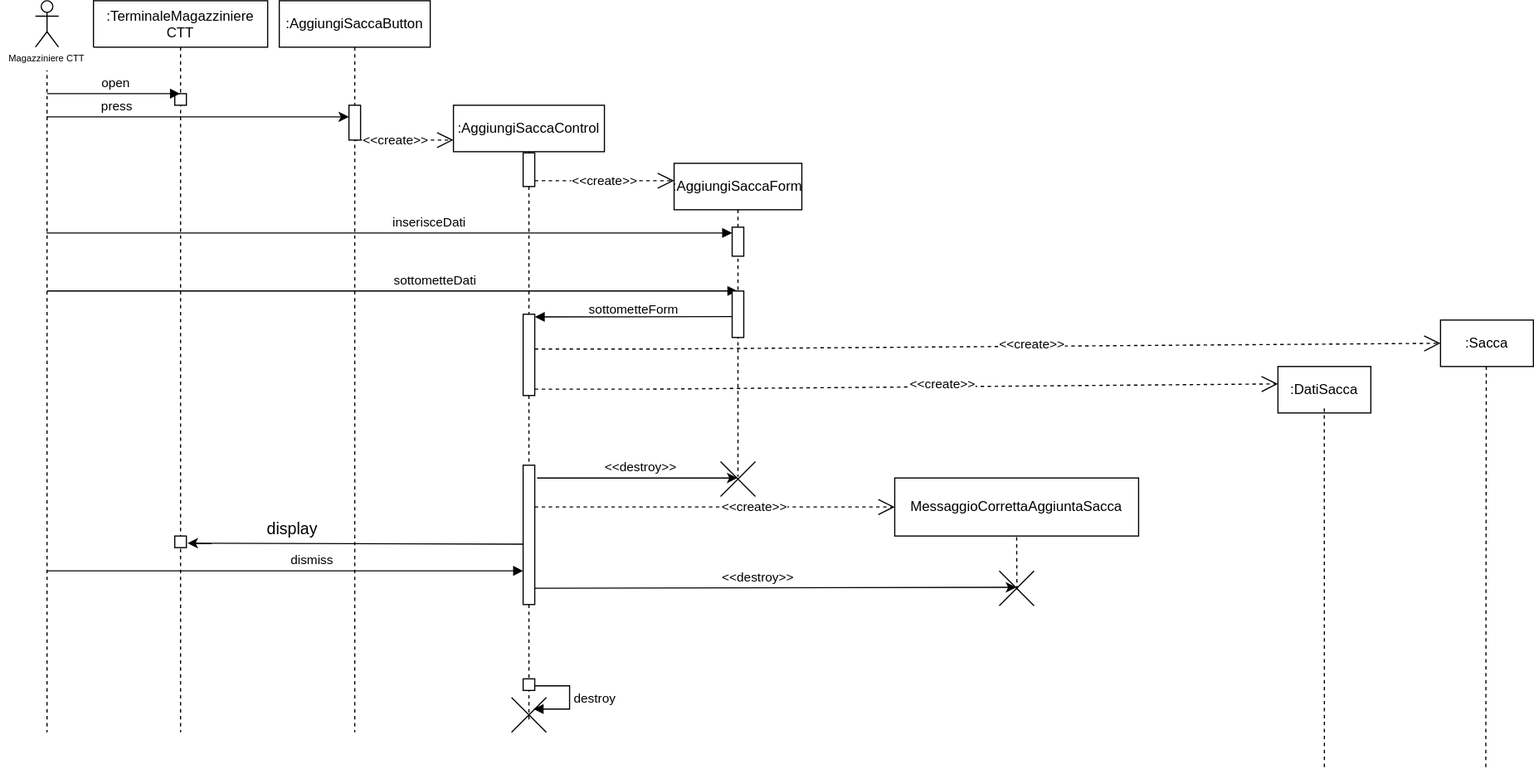
Earlier version of the draw.io export System Definition/Editabili/Sequence diagrams/.svg/AggiuntaSaccaMagazziniere.svg (MarcoRuta/Sistema-gestione-CCS-CTT-UnaRegione). Source tidied: cells renumbered, new cells last; positions are measured from the earlier drawing's top-left corner, leaving out a move shared by most shapes.
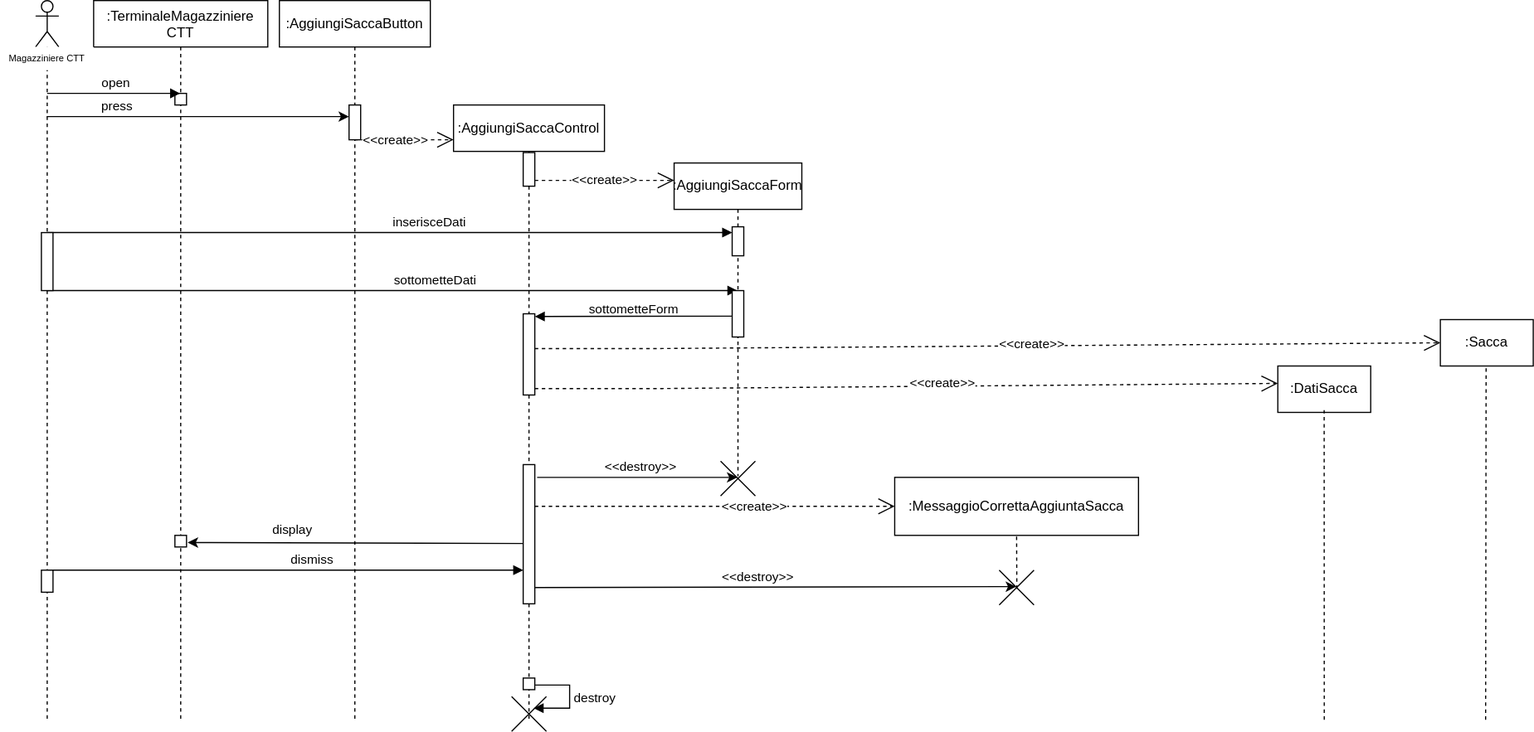
After the commit.

The edit, as a diff of the source:
```diff
@@ -7,7 +7,7 @@
         <mxPoint x="453" y="468" as="sourcePoint" />
       </mxGeometry>
     </mxCell>
-    <mxCell id="3" value="display" style="edgeLabel;html=1;align=center;verticalAlign=middle;fontSize=14;" parent="2" vertex="1">
+    <mxCell id="3" value="&lt;font style=&quot;font-size: 11px&quot;&gt;display&lt;/font&gt;" style="edgeLabel;html=1;align=center;verticalAlign=middle;fontSize=14;" parent="2" vertex="1">
       <mxGeometry x="0.08" y="-3" relative="1" as="geometry">
         <mxPoint x="-46" y="-10.5" as="offset" />
       </mxGeometry>
@@ -61,7 +61,7 @@
       </mxGeometry>
     </mxCell>
     <mxCell id="11" value=":TerminaleMagazziniere&#10;CTT" style="shape=umlLifeline;perimeter=lifelinePerimeter;rounded=0;shadow=0;strokeWidth=1;" parent="1" vertex="1">
-      <mxGeometry x="80" width="150" height="630" as="geometry" />
+      <mxGeometry x="80" width="150" height="620" as="geometry" />
     </mxCell>
     <mxCell id="12" style="perimeter=orthogonalPerimeter;rounded=0;shadow=0;strokeWidth=1;" parent="11" vertex="1">
       <mxGeometry x="70" y="80" width="10" height="10" as="geometry" />
@@ -70,7 +70,7 @@
       <mxGeometry x="70" y="461" width="10" height="10" as="geometry" />
     </mxCell>
     <mxCell id="14" style="shape=umlLifeline;participant=umlActor;perimeter=lifelinePerimeter;whiteSpace=wrap;html=1;verticalAlign=top;spacingTop=36;outlineConnect=0;size=40;" parent="1" vertex="1">
-      <mxGeometry x="30" width="20" height="630" as="geometry" />
+      <mxGeometry x="30" width="20" height="620" as="geometry" />
     </mxCell>
     <mxCell id="15" value="open" style="html=1;verticalAlign=bottom;endArrow=block;" parent="1" edge="1">
       <mxGeometry x="0.03" relative="1" as="geometry">
@@ -79,7 +79,7 @@
       </mxGeometry>
     </mxCell>
     <mxCell id="16" value="&lt;div&gt;:AggiungiSaccaButton&lt;/div&gt;" style="shape=umlLifeline;perimeter=lifelinePerimeter;whiteSpace=wrap;html=1;outlineConnect=0;fillColor=#ffffff;" parent="1" vertex="1">
-      <mxGeometry x="240" width="130" height="630" as="geometry" />
+      <mxGeometry x="240" width="130" height="620" as="geometry" />
     </mxCell>
     <mxCell id="17" style="points=[];perimeter=orthogonalPerimeter;rounded=0;shadow=0;strokeWidth=1;" parent="16" vertex="1">
       <mxGeometry x="60" y="90" width="10" height="30" as="geometry" />
@@ -139,7 +139,7 @@
     <mxCell id="31" value=":Sacca" style="rounded=0;whiteSpace=wrap;html=1;" parent="1" vertex="1">
       <mxGeometry x="1240" y="275" width="80" height="40" as="geometry" />
     </mxCell>
-    <mxCell id="32" value="MessaggioCorrettaAggiuntaSacca" style="rounded=0;whiteSpace=wrap;html=1;" parent="1" vertex="1">
+    <mxCell id="32" value=":MessaggioCorrettaAggiuntaSacca" style="rounded=0;whiteSpace=wrap;html=1;" parent="1" vertex="1">
       <mxGeometry x="770" y="411" width="210" height="50" as="geometry" />
     </mxCell>
     <mxCell id="33" style="shape=umlDestroy;fillColor=#ffffff;fontSize=8;" parent="1" vertex="1">
@@ -187,7 +187,7 @@
     </mxCell>
     <mxCell id="42" style="endArrow=none;dashed=1;html=1;" parent="1" edge="1">
       <mxGeometry relative="1" as="geometry">
-        <mxPoint x="1279" y="660" as="sourcePoint" />
+        <mxPoint x="1279" y="620" as="sourcePoint" />
         <mxPoint x="1279.4" y="315" as="targetPoint" />
       </mxGeometry>
     </mxCell>
@@ -202,9 +202,15 @@
     </mxCell>
     <mxCell id="44" style="endArrow=none;dashed=1;html=1;" parent="1" edge="1">
       <mxGeometry relative="1" as="geometry">
-        <mxPoint x="1140" y="660" as="sourcePoint" />
+        <mxPoint x="1140" y="620" as="sourcePoint" />
         <mxPoint x="1139.9" y="350" as="targetPoint" />
       </mxGeometry>
     </mxCell>
+    <mxCell id="45" style="perimeter=orthogonalPerimeter;rounded=0;shadow=0;strokeWidth=1;" parent="1" vertex="1">
+      <mxGeometry x="35" y="200" width="10" height="50" as="geometry" />
+    </mxCell>
+    <mxCell id="46" style="perimeter=orthogonalPerimeter;rounded=0;shadow=0;strokeWidth=1;" parent="1" vertex="1">
+      <mxGeometry x="35" y="491" width="10" height="19" as="geometry" />
+    </mxCell>
   </root>
 </mxGraphModel>
```
